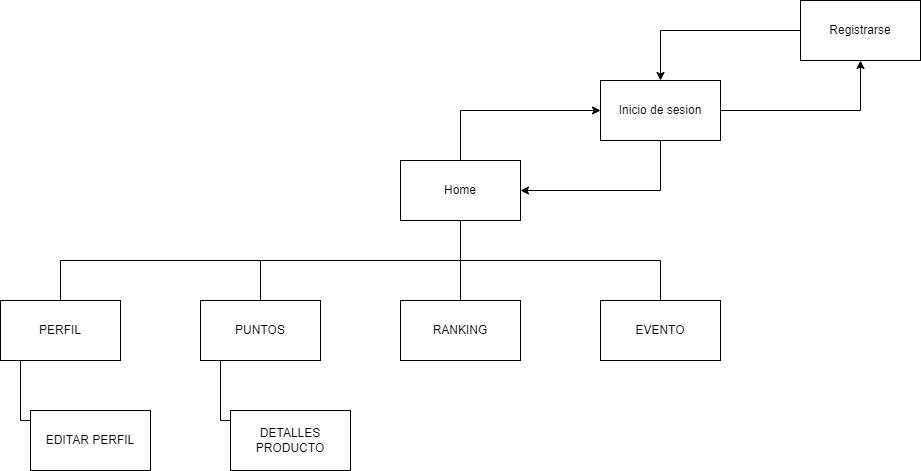
Above: P2/img/SitemapHecho.png in OscarLM32/DIU (draw.io), before the change. Source tidied: cells renumbered, new cells last; positions are measured from the earlier drawing's top-left corner, leaving out a move shared by most shapes.
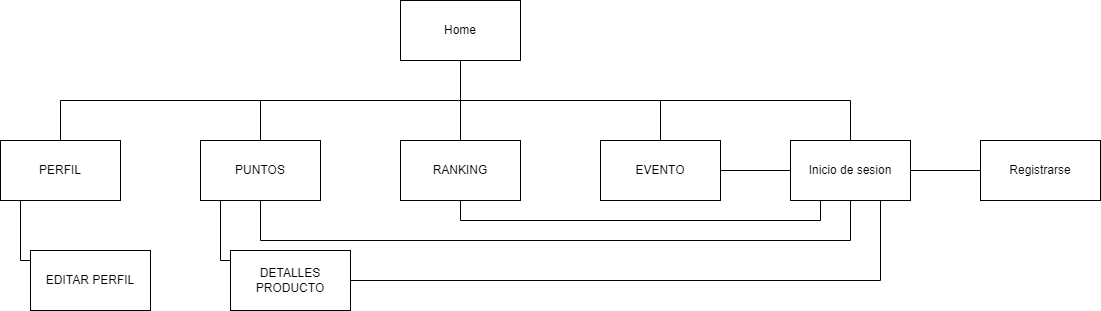
Above is the later version.

What changed in the source:
```diff
@@ -2,18 +2,12 @@
   <root>
     <mxCell id="0" />
     <mxCell id="1" parent="0" />
-    <mxCell id="2" style="edgeStyle=orthogonalEdgeStyle;rounded=0;jettySize=auto;html=1;endArrow=none;endFill=0;startArrow=classic;startFill=1;" parent="1" edge="1" source="4" target="10">
-      <mxGeometry relative="1" as="geometry" />
-    </mxCell>
-    <mxCell id="3" style="edgeStyle=orthogonalEdgeStyle;rounded=0;jettySize=auto;html=1;endArrow=classic;endFill=1;" parent="1" edge="1" source="4" target="12">
+    <mxCell id="3" style="edgeStyle=orthogonalEdgeStyle;rounded=0;jettySize=auto;html=1;endArrow=none;endFill=0;" parent="1" edge="1" source="4" target="12">
       <mxGeometry relative="1" as="geometry" />
     </mxCell>
     <mxCell id="4" value="Inicio de sesion" style="rounded=0;whiteSpace=wrap;html=1;" parent="1" vertex="1">
-      <mxGeometry x="600" y="80" width="120" height="60" as="geometry" />
+      <mxGeometry x="790" y="300" width="120" height="60" as="geometry" />
     </mxCell>
-    <mxCell id="5" style="edgeStyle=orthogonalEdgeStyle;rounded=0;jettySize=auto;html=1;endArrow=none;endFill=0;startArrow=classic;startFill=1;" parent="1" edge="1" source="10" target="4">
-      <mxGeometry relative="1" as="geometry" />
-    </mxCell>
     <mxCell id="6" style="edgeStyle=orthogonalEdgeStyle;rounded=0;jettySize=auto;html=1;exitX=0.5;exitY=1;exitDx=0;exitDy=0;startArrow=none;startFill=0;endArrow=none;endFill=0;" parent="1" edge="1" source="10" target="15">
       <mxGeometry relative="1" as="geometry" />
     </mxCell>
@@ -36,15 +30,28 @@
         </Array>
       </mxGeometry>
     </mxCell>
+    <mxCell id="5" style="edgeStyle=orthogonalEdgeStyle;rounded=0;jettySize=auto;html=1;endArrow=none;endFill=0;" parent="1" edge="1" source="10" target="4">
+      <mxGeometry relative="1" as="geometry">
+        <Array as="points">
+          <mxPoint x="460" y="260" />
+          <mxPoint x="850" y="260" />
+        </Array>
+      </mxGeometry>
+    </mxCell>
     <mxCell id="10" value="Home" style="rounded=0;whiteSpace=wrap;html=1;" parent="1" vertex="1">
       <mxGeometry x="400" y="160" width="120" height="60" as="geometry" />
     </mxCell>
-    <mxCell id="11" style="edgeStyle=orthogonalEdgeStyle;rounded=0;jettySize=auto;html=1;endArrow=classic;endFill=1;" parent="1" edge="1" source="12" target="4">
-      <mxGeometry relative="1" as="geometry" />
-    </mxCell>
     <mxCell id="12" value="Registrarse" style="rounded=0;whiteSpace=wrap;html=1;" parent="1" vertex="1">
-      <mxGeometry x="800" width="120" height="60" as="geometry" />
+      <mxGeometry x="980" y="300" width="120" height="60" as="geometry" />
     </mxCell>
+    <mxCell id="21" style="edgeStyle=orthogonalEdgeStyle;rounded=0;jettySize=auto;html=1;endArrow=none;endFill=0;" parent="1" edge="1" source="13" target="4">
+      <mxGeometry relative="1" as="geometry">
+        <Array as="points">
+          <mxPoint x="460" y="380" />
+          <mxPoint x="820" y="380" />
+        </Array>
+      </mxGeometry>
+    </mxCell>
     <mxCell id="13" value="RANKING" style="rounded=0;whiteSpace=wrap;html=1;" parent="1" vertex="1">
       <mxGeometry x="400" y="300" width="120" height="60" as="geometry" />
     </mxCell>
@@ -55,9 +62,20 @@
         </Array>
       </mxGeometry>
     </mxCell>
+    <mxCell id="22" style="edgeStyle=orthogonalEdgeStyle;rounded=0;jettySize=auto;html=1;endArrow=none;endFill=0;" parent="1" edge="1" source="15" target="4">
+      <mxGeometry relative="1" as="geometry">
+        <Array as="points">
+          <mxPoint x="260" y="400" />
+          <mxPoint x="850" y="400" />
+        </Array>
+      </mxGeometry>
+    </mxCell>
     <mxCell id="15" value="PUNTOS" style="rounded=0;whiteSpace=wrap;html=1;" parent="1" vertex="1">
       <mxGeometry x="200" y="300" width="120" height="60" as="geometry" />
     </mxCell>
+    <mxCell id="23" style="edgeStyle=orthogonalEdgeStyle;rounded=0;jettySize=auto;html=1;endArrow=none;endFill=0;" parent="1" edge="1" source="16" target="4">
+      <mxGeometry relative="1" as="geometry" />
+    </mxCell>
     <mxCell id="16" value="EVENTO" style="rounded=0;whiteSpace=wrap;html=1;" parent="1" vertex="1">
       <mxGeometry x="600" y="300" width="120" height="60" as="geometry" />
     </mxCell>
@@ -74,6 +92,13 @@
     <mxCell id="19" value="EDITAR PERFIL" style="rounded=0;whiteSpace=wrap;html=1;" parent="1" vertex="1">
       <mxGeometry x="30" y="410" width="120" height="60" as="geometry" />
     </mxCell>
+    <mxCell id="24" style="edgeStyle=orthogonalEdgeStyle;rounded=0;jettySize=auto;html=1;endArrow=none;endFill=0;" parent="1" edge="1" source="20" target="4">
+      <mxGeometry relative="1" as="geometry">
+        <Array as="points">
+          <mxPoint x="880" y="440" />
+        </Array>
+      </mxGeometry>
+    </mxCell>
     <mxCell id="20" value="DETALLES PRODUCTO" style="rounded=0;whiteSpace=wrap;html=1;" parent="1" vertex="1">
       <mxGeometry x="230" y="410" width="120" height="60" as="geometry" />
     </mxCell>
```
